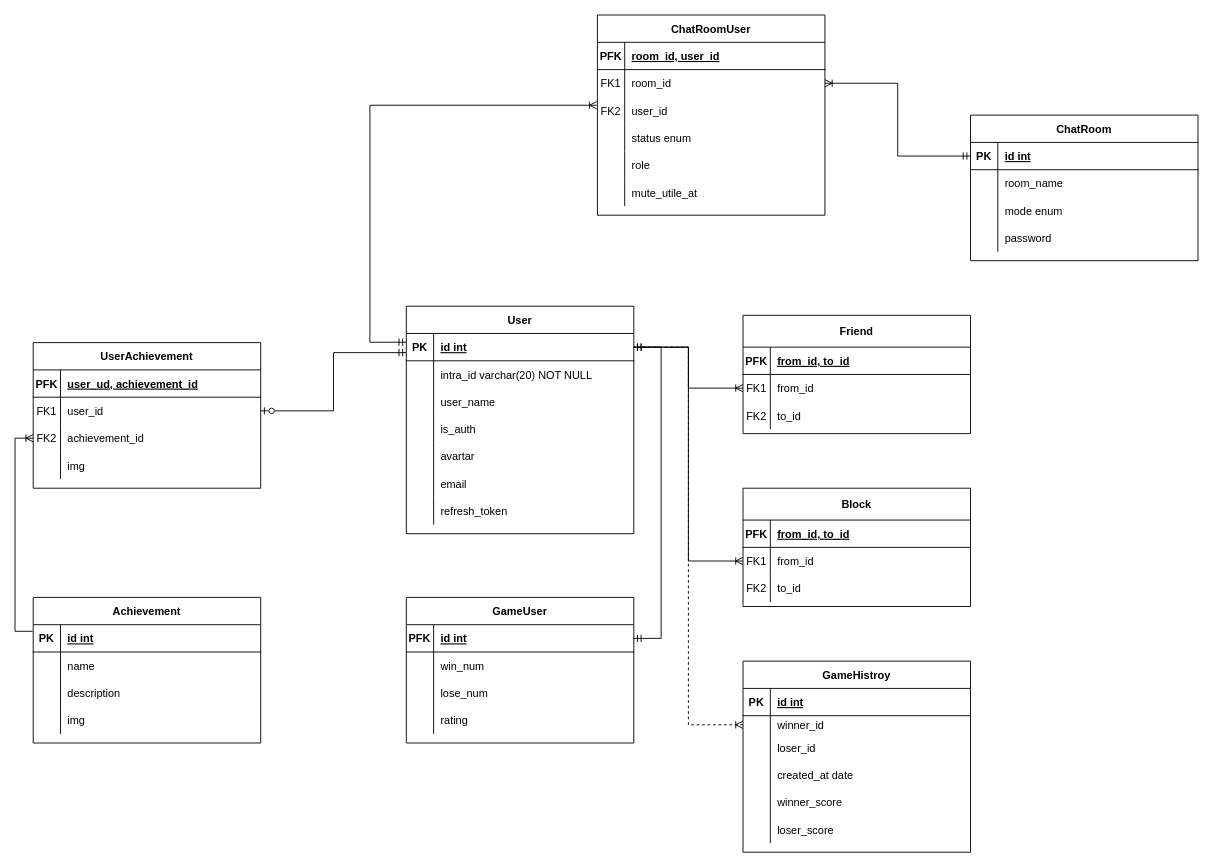
The draw.io diagram Untitled.drawio in 42MVP/ft_transcendence, before the edit. Source tidied: cells renumbered, new cells numbered last; positions are measured from the earlier drawing's top-left corner, leaving out a move shared by most shapes. Both pictures are drawn from the tidied source at 91%, with x=0, y=0 at pixel (33, 15).
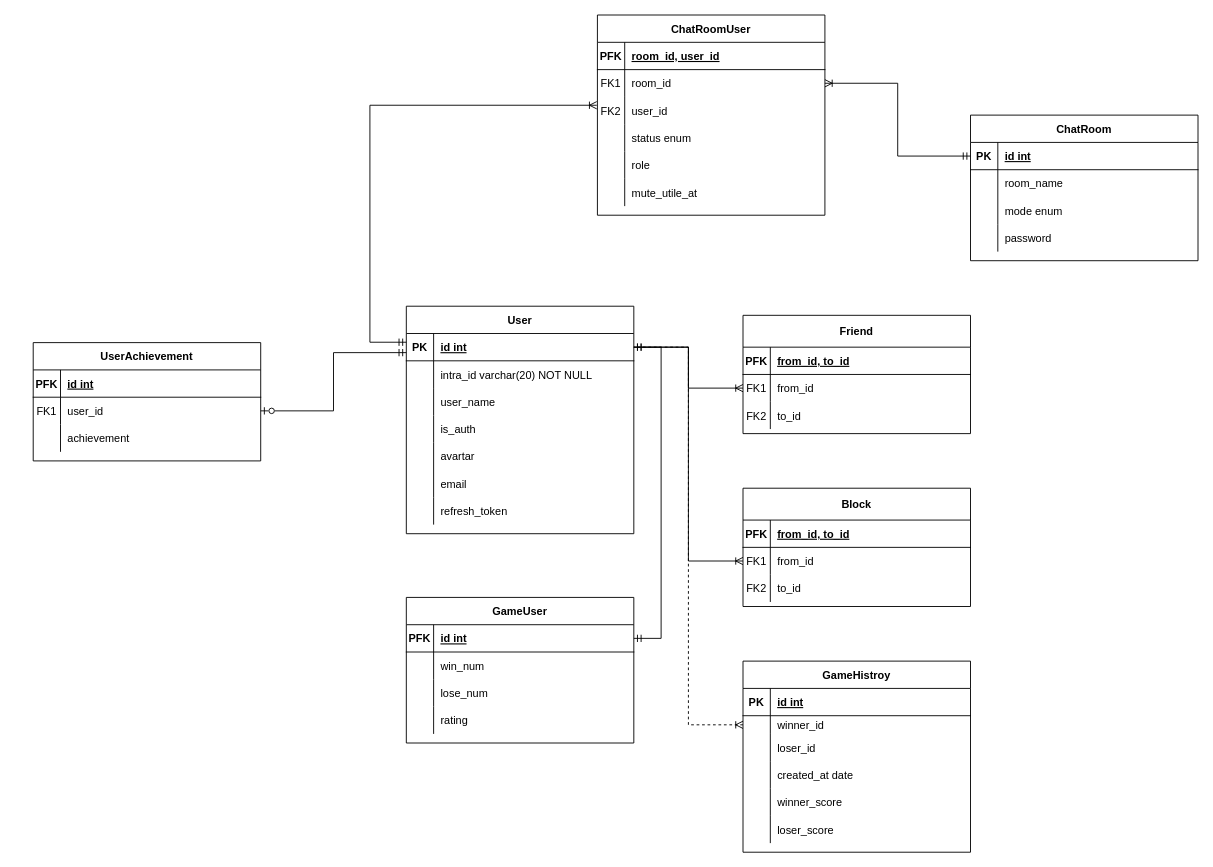
The same diagram, later.

Commit message:
DOC: Achievement 테이블 삭제

Unchanged cells that the change refers to:
```xml
<mxCell id="93" style="shape=partialRectangle;fillColor=none;top=0;left=0;right=0;bottom=1;" parent="92" vertex="1">
  <mxGeometry y="30" width="250" height="30" as="geometry" />
</mxCell>
<mxCell id="99" style="shape=partialRectangle;fillColor=none;points=[[0,0.5],[1,0.5]];portConstraint=eastwest;top=0;left=0;right=0;bottom=0;" parent="92" vertex="1">
  <mxGeometry y="90" width="250" height="30" as="geometry" />
</mxCell>
```

Diff of the diagram source:
```diff
@@
-    <mxCell id="79" value="Achievement" style="shape=table;startSize=30;childLayout=tableLayout;rowLines=0;fontStyle=1;align=center;" parent="1" vertex="1">
-      <mxGeometry y="640" width="250" height="160" as="geometry" />
-    </mxCell>
-    <mxCell id="80" style="shape=partialRectangle;fillColor=none;points=[[0,0.5],[1,0.5]];portConstraint=eastwest;top=0;left=0;right=0;bottom=1;" parent="79" vertex="1">
-      <mxGeometry y="30" width="250" height="30" as="geometry" />
-    </mxCell>
-    <mxCell id="81" value="PK" style="shape=partialRectangle;overflow=hidden;fillColor=none;top=0;left=0;bottom=0;right=0;fontStyle=1;" parent="80" vertex="1">
-      <mxGeometry width="30" height="30" as="geometry" />
-    </mxCell>
-    <mxCell id="82" value="id int" style="shape=partialRectangle;overflow=hidden;fillColor=none;top=0;left=0;bottom=0;right=0;align=left;spacingLeft=6;fontStyle=5;" parent="80" vertex="1">
-      <mxGeometry x="30" width="220" height="30" as="geometry" />
-    </mxCell>
-    <mxCell id="83" style="shape=partialRectangle;fillColor=none;top=0;left=0;right=0;bottom=0;" parent="79" vertex="1">
-      <mxGeometry y="60" width="250" height="30" as="geometry" />
-    </mxCell>
-    <mxCell id="84" style="shape=partialRectangle;overflow=hidden;fillColor=none;top=0;left=0;bottom=0;right=0;" parent="83" vertex="1">
-      <mxGeometry width="30" height="30" as="geometry" />
-    </mxCell>
-    <mxCell id="85" value="name" style="shape=partialRectangle;overflow=hidden;fillColor=none;top=0;left=0;bottom=0;right=0;align=left;spacingLeft=6;" parent="83" vertex="1">
-      <mxGeometry x="30" width="220" height="30" as="geometry" />
-    </mxCell>
-    <mxCell id="86" style="shape=partialRectangle;fillColor=none;top=0;left=0;right=0;bottom=0;" parent="79" vertex="1">
-      <mxGeometry y="90" width="250" height="30" as="geometry" />
-    </mxCell>
-    <mxCell id="87" style="shape=partialRectangle;overflow=hidden;fillColor=none;top=0;left=0;bottom=0;right=0;" parent="86" vertex="1">
-      <mxGeometry width="30" height="30" as="geometry" />
-    </mxCell>
-    <mxCell id="88" value="description" style="shape=partialRectangle;overflow=hidden;fillColor=none;top=0;left=0;bottom=0;right=0;align=left;spacingLeft=6;" parent="86" vertex="1">
-      <mxGeometry x="30" width="220" height="30" as="geometry" />
-    </mxCell>
-    <mxCell id="89" style="shape=partialRectangle;fillColor=none;top=0;left=0;right=0;bottom=0;" parent="79" vertex="1">
-      <mxGeometry y="120" width="250" height="30" as="geometry" />
-    </mxCell>
-    <mxCell id="90" style="shape=partialRectangle;overflow=hidden;fillColor=none;top=0;left=0;bottom=0;right=0;" parent="89" vertex="1">
-      <mxGeometry width="30" height="30" as="geometry" />
-    </mxCell>
-    <mxCell id="91" value="img" style="shape=partialRectangle;overflow=hidden;fillColor=none;top=0;left=0;bottom=0;right=0;align=left;spacingLeft=6;" parent="89" vertex="1">
-      <mxGeometry x="30" width="220" height="30" as="geometry" />
-    </mxCell>
     <mxCell id="92" value="UserAchievement" style="shape=table;startSize=30;childLayout=tableLayout;rowLines=0;fontStyle=1;align=center;" parent="1" vertex="1">
-      <mxGeometry y="360" width="250" height="160" as="geometry" />
+      <mxGeometry y="360" width="250" height="130" as="geometry" />
     </mxCell>
@@
-    <mxCell id="95" value="user_ud, achievement_id" style="shape=partialRectangle;overflow=hidden;fillColor=none;top=0;left=0;bottom=0;right=0;align=left;spacingLeft=6;fontStyle=5;" parent="93" vertex="1">
+    <mxCell id="95" value="id int" style="shape=partialRectangle;overflow=hidden;fillColor=none;top=0;left=0;bottom=0;right=0;align=left;spacingLeft=6;fontStyle=5;" parent="93" vertex="1">
       <mxGeometry x="30" width="220" height="30" as="geometry" />
     </mxCell>
@@
-    <mxCell id="100" value="FK2" style="shape=partialRectangle;overflow=hidden;fillColor=none;top=0;left=0;bottom=0;right=0;" parent="99" vertex="1">
+    <mxCell id="100" style="shape=partialRectangle;overflow=hidden;fillColor=none;top=0;left=0;bottom=0;right=0;" parent="99" vertex="1">
       <mxGeometry width="30" height="30" as="geometry" />
     </mxCell>
-    <mxCell id="101" value="achievement_id" style="shape=partialRectangle;overflow=hidden;fillColor=none;top=0;left=0;bottom=0;right=0;align=left;spacingLeft=6;" parent="99" vertex="1">
+    <mxCell id="101" value="achievement" style="shape=partialRectangle;overflow=hidden;fillColor=none;top=0;left=0;bottom=0;right=0;align=left;spacingLeft=6;" parent="99" vertex="1">
       <mxGeometry x="30" width="220" height="30" as="geometry" />
     </mxCell>
-    <mxCell id="102" style="shape=partialRectangle;fillColor=none;top=0;left=0;right=0;bottom=0;" parent="92" vertex="1">
-      <mxGeometry y="120" width="250" height="30" as="geometry" />
-    </mxCell>
-    <mxCell id="103" style="shape=partialRectangle;overflow=hidden;fillColor=none;top=0;left=0;bottom=0;right=0;" parent="102" vertex="1">
-      <mxGeometry width="30" height="30" as="geometry" />
-    </mxCell>
-    <mxCell id="104" value="img" style="shape=partialRectangle;overflow=hidden;fillColor=none;top=0;left=0;bottom=0;right=0;align=left;spacingLeft=6;" parent="102" vertex="1">
-      <mxGeometry x="30" width="220" height="30" as="geometry" />
-    </mxCell>
@@
-    <mxCell id="130" style="edgeStyle=orthogonalEdgeStyle;rounded=0;jettySize=auto;html=1;exitX=0;exitY=0.5;exitDx=0;exitDy=0;entryX=-0.003;entryY=0.241;entryDx=0;entryDy=0;entryPerimeter=0;endArrow=none;endFill=0;startArrow=ERoneToMany;startFill=0;" parent="1" edge="1" source="99" target="80">
-      <mxGeometry relative="1" as="geometry" />
-    </mxCell>
```
